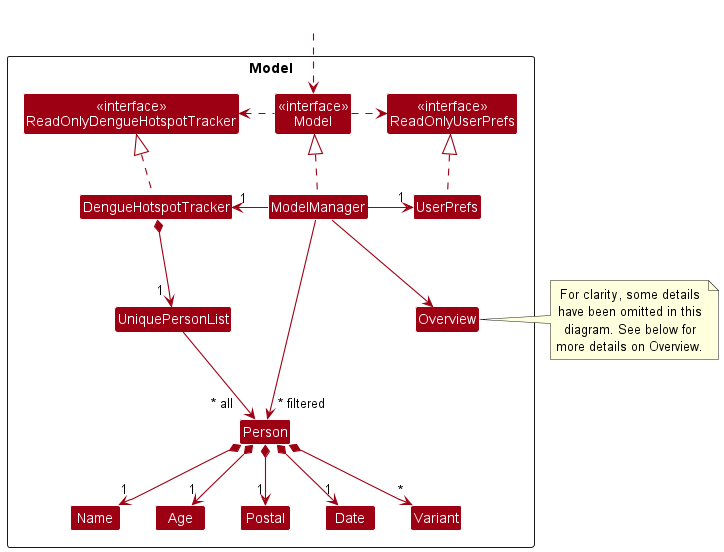
nus-cs2103-AY2223S2/tp keeps this PlantUML diagram as docs/images/ModelClassDiagram.png. Above is the earlier version.
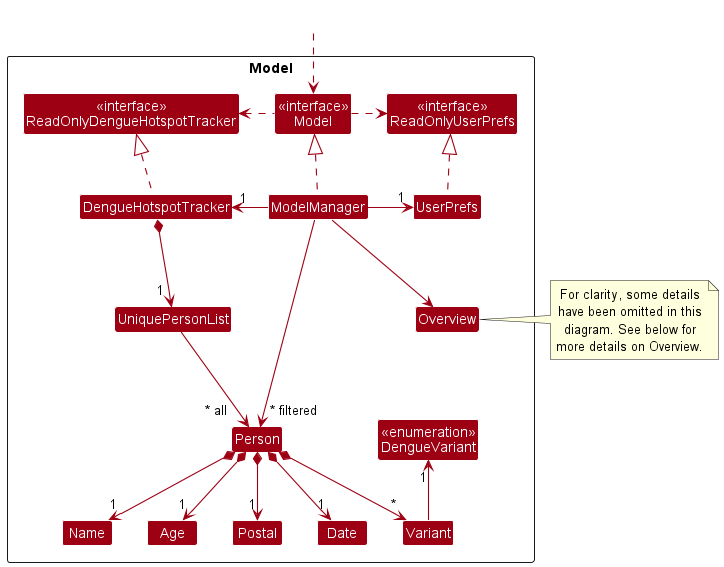
The same file after the commit.

Commit message:
Update Model class diagram with Enum

What changed in the source:
```diff
@@ -20,6 +20,7 @@
 Class Date
 Class Variant
 Class Overview
+Class "<<enumeration>>\nDengueVariant" as DengueVariant
 }
 
 Class HiddenOutside #FFFFFF
@@ -41,6 +42,7 @@
 Person *--> "1" Postal
 Person *--> "1" Date
 Person *--> "*" Variant
+Variant -up-> "1" DengueVariant
 
 Name -[hidden]right- Age
 Age -[hidden]right- Postal
```
